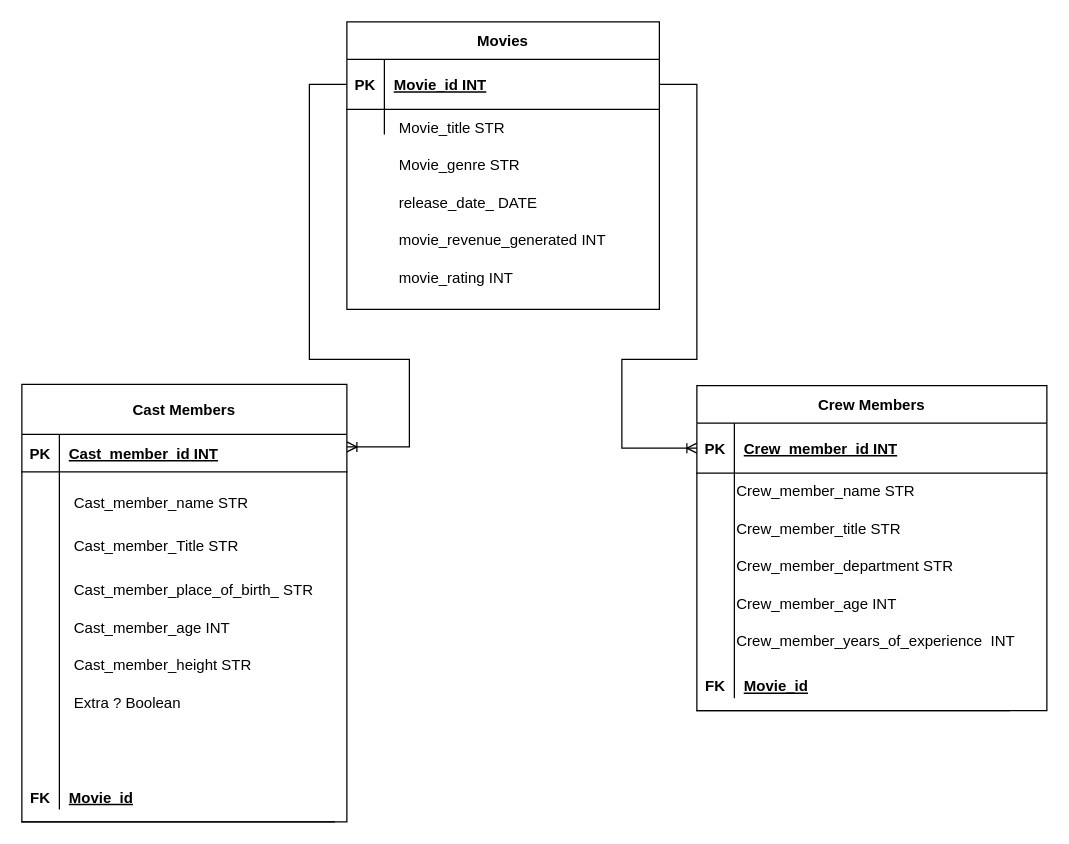
This is EntityRelationshipDiagram.drawio from YanDevo/express-movie-database, a draw.io file, before an edit. Source tidied: cells renumbered, new cells numbered last; positions are measured from the earlier drawing's top-left corner, leaving out a move shared by most shapes. Both pictures are drawn from the tidied source at 125%, with x=0, y=0 at pixel (21, 21).
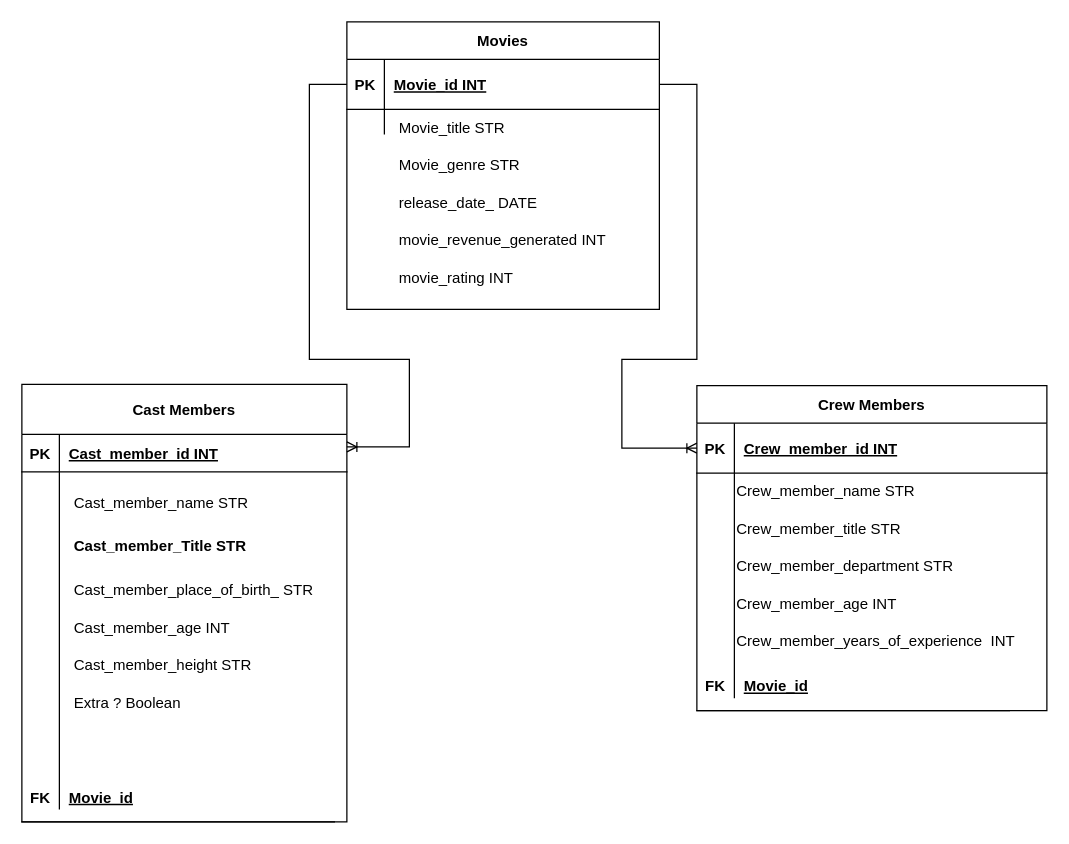
The same diagram, later.

Diff of the diagram source:
```diff
@@
-    <mxCell id="41" value="Cast_member_Title STR" style="text;html=1;strokeColor=none;fillColor=none;align=left;verticalAlign=middle;whiteSpace=wrap;rounded=0;" parent="1" vertex="1">
+    <mxCell id="41" value="&lt;h4&gt;Cast_member_Title STR&lt;/h4&gt;" style="text;html=1;strokeColor=none;fillColor=none;align=left;verticalAlign=middle;whiteSpace=wrap;rounded=0;" parent="1" vertex="1">
       <mxGeometry x="40" y="405" width="220" height="30" as="geometry" />
     </mxCell>
```
